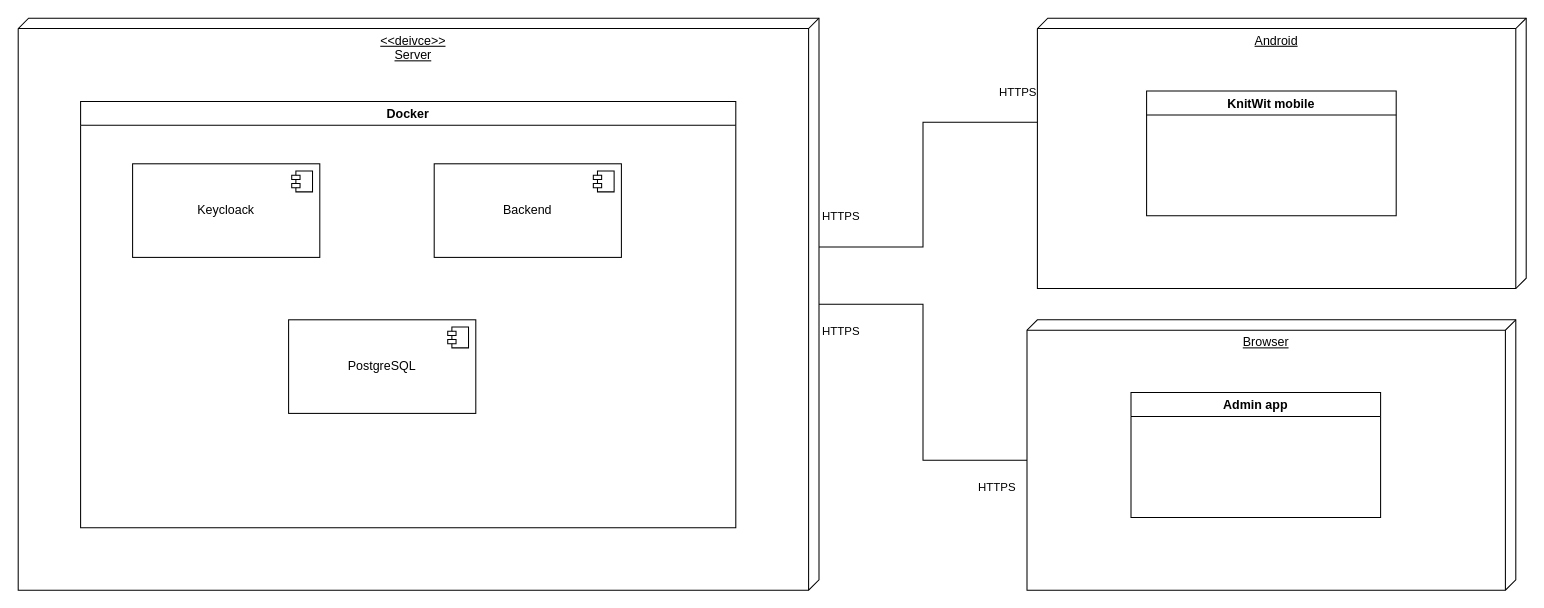
Above: diagrams/Диаграмма развертывания (Deployment diagram)/Диаграмма развертывания.drawio in sahland/9.5-Team (draw.io), before the change. Source tidied: cells renumbered, new cells numbered last; positions are measured from the earlier drawing's top-left corner, leaving out a move shared by most shapes. Both pictures are drawn from the tidied source at 104%, with x=0, y=0 at pixel (18, 18).
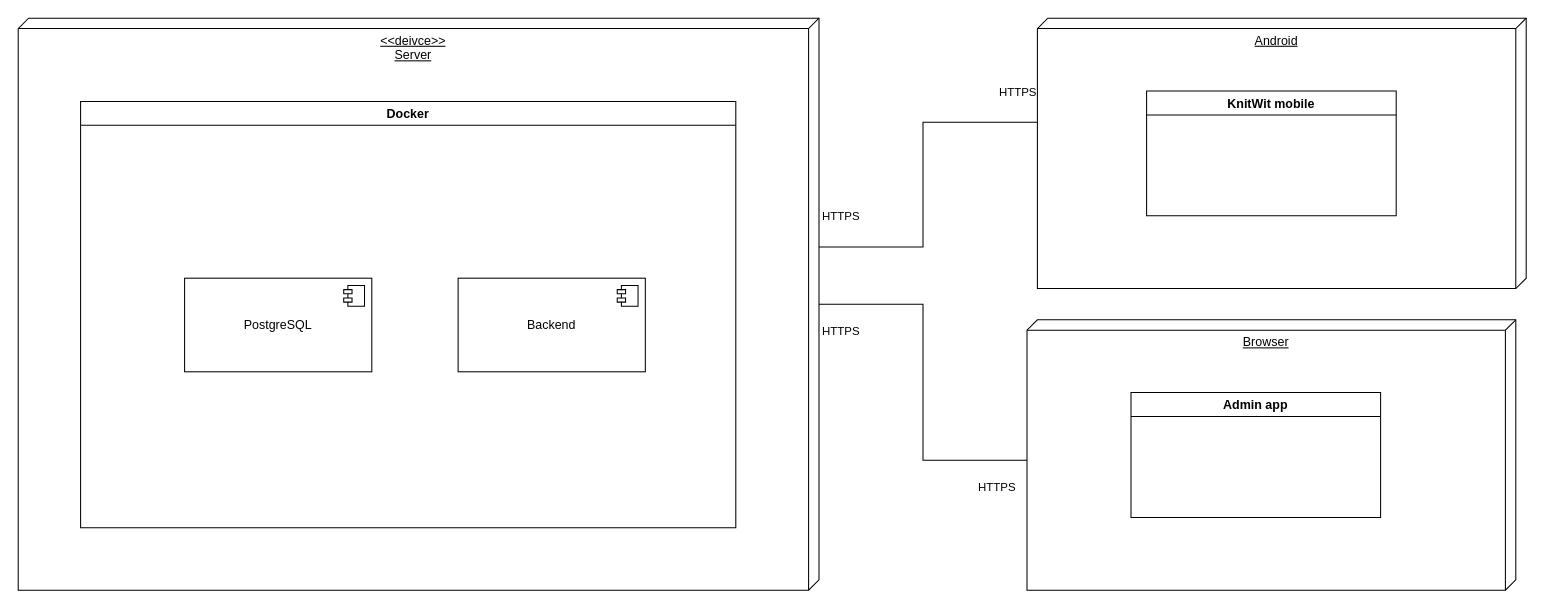
The same diagram, later.

The change refers to these unchanged cells:
```xml
<mxCell id="9" value="Docker" style="swimlane;" parent="1" vertex="1">
  <mxGeometry x="60" y="80" width="630" height="410" as="geometry" />
</mxCell>
```

The edit, as a diff of the source:
```diff
@@
-    <mxCell id="5" value="Keycloack" style="html=1;whiteSpace=wrap;" parent="1" vertex="1">
-      <mxGeometry x="110" y="140" width="180" height="90" as="geometry" />
-    </mxCell>
-    <mxCell id="6" style="shape=module;jettyWidth=8;jettyHeight=4;" parent="5" vertex="1">
-      <mxGeometry x="1" width="20" height="20" relative="1" as="geometry">
-        <mxPoint x="-27" y="7" as="offset" />
-      </mxGeometry>
-    </mxCell>
     <mxCell id="7" value="PostgreSQL" style="html=1;whiteSpace=wrap;" parent="1" vertex="1">
-      <mxGeometry x="260" y="290" width="180" height="90" as="geometry" />
+      <mxGeometry x="160" y="250" width="180" height="90" as="geometry" />
     </mxCell>
@@
     <mxCell id="10" value="Backend" style="html=1;whiteSpace=wrap;" parent="9" vertex="1">
-      <mxGeometry x="340" y="60" width="180" height="90" as="geometry" />
+      <mxGeometry x="363" y="170" width="180" height="90" as="geometry" />
     </mxCell>
```
